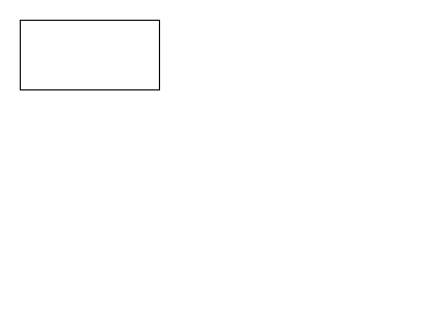
Above: UserFluxogram.drawio in darthC0de/kissManagerMobile (draw.io), before the change. Source tidied: cells renumbered, new cells numbered last; positions are measured from the earlier drawing's top-left corner, leaving out a move shared by most shapes. Both pictures are drawn from the tidied source at 116%, with x=0, y=0 at pixel (20, 20).
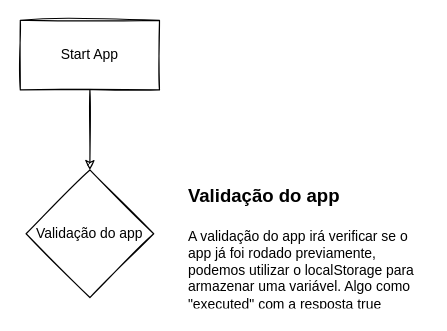
After the change.

Change to the diagram source:
```diff
@@
 <mxGraphModel>
   <root>
     <mxCell id="0" />
     <mxCell id="1" parent="0" />
+    <mxCell id="3" style="edgeStyle=orthogonalEdgeStyle;rounded=0;sketch=1;jettySize=auto;html=1;" parent="1" edge="1" source="2" target="4">
+      <mxGeometry relative="1" as="geometry" />
+    </mxCell>
-    <mxCell id="2" style="rounded=0;whiteSpace=wrap;html=1;" parent="1" vertex="1">
+    <mxCell id="2" value="Start App" style="rounded=0;whiteSpace=wrap;html=1;sketch=1;" parent="1" vertex="1">
       <mxGeometry width="120" height="60" as="geometry" />
     </mxCell>
+    <mxCell id="4" value="Validação do app" style="rhombus;whiteSpace=wrap;html=1;rounded=0;sketch=1;" parent="1" vertex="1">
+      <mxGeometry x="5" y="129" width="110" height="110" as="geometry" />
+    </mxCell>
+    <mxCell id="5" value="&lt;h1&gt;&lt;span style=&quot;text-align: center&quot;&gt;&lt;font style=&quot;font-size: 16px&quot;&gt;Validação do app&lt;/font&gt;&lt;/span&gt;&lt;br&gt;&lt;/h1&gt;&lt;p&gt;A validação do app irá verificar se o app já foi rodado previamente, podemos utilizar o localStorage para armazenar uma variável. Algo como &quot;executed&quot; com a resposta true&lt;/p&gt;" style="text;html=1;strokeColor=none;fillColor=none;spacing=5;spacingTop=-20;whiteSpace=wrap;overflow=hidden;rounded=0;sketch=1;" parent="1" vertex="1">
+      <mxGeometry x="140" y="129" width="210" height="120" as="geometry" />
+    </mxCell>
   </root>
 </mxGraphModel>
```
